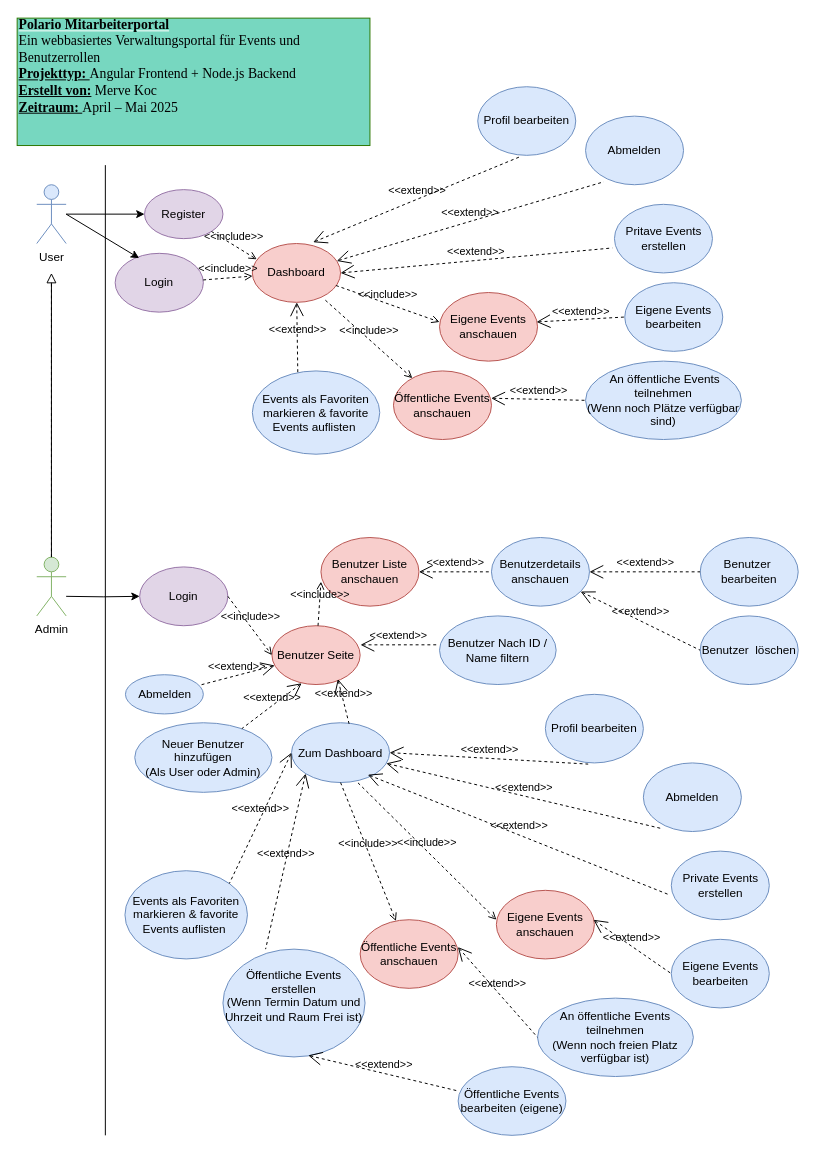
The draw.io diagram Planung/MerveKoc_MitarbeiterPortal.drawio in merve260/Angular_Js_Project, before the edit. Source tidied: cells renumbered, new cells numbered last; positions are measured from the earlier drawing's top-left corner, leaving out a move shared by most shapes. Both pictures are drawn from the tidied source at 98%, with x=0, y=0 at pixel (17, 18).
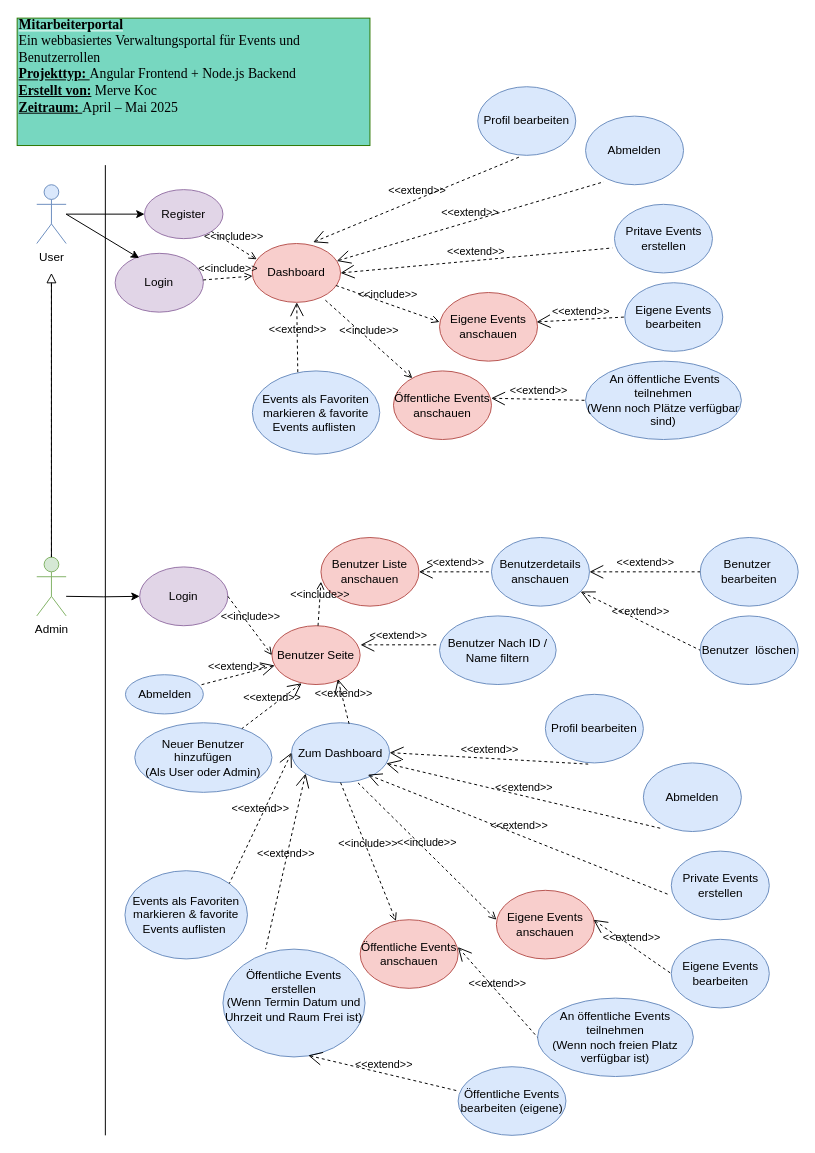
After the change.

Diff of the diagram source:
```diff
@@
-    <mxCell id="65" value="&lt;div&gt;&lt;b&gt;&lt;u&gt;&lt;font face=&quot;Times New Roman&quot; style=&quot;color: rgb(1, 1, 1); font-size: 14px;&quot;&gt;Polario Mitarbeiterportal&lt;/font&gt;&lt;/u&gt;&lt;/b&gt;&lt;/div&gt;&lt;div&gt;&lt;font face=&quot;Times New Roman&quot; style=&quot;color: rgb(1, 1, 1); font-size: 14px;&quot;&gt;Ein webbasiertes Verwaltungsportal für Events und Benutzerrollen&lt;/font&gt;&lt;/div&gt;&lt;div&gt;&lt;font face=&quot;Times New Roman&quot; style=&quot;color: rgb(1, 1, 1); font-size: 14px;&quot;&gt;&lt;b&gt;&lt;u&gt;Projekttyp: &lt;/u&gt;&lt;/b&gt;Angular Frontend + Node.js Backend&amp;nbsp;&amp;nbsp;&lt;/font&gt;&lt;/div&gt;&lt;div&gt;&lt;font face=&quot;Times New Roman&quot; style=&quot;color: rgb(1, 1, 1); font-size: 14px;&quot;&gt;&lt;b&gt;&lt;u&gt;Erstellt von:&lt;/u&gt;&lt;/b&gt; Merve Koc&amp;nbsp;&amp;nbsp;&lt;/font&gt;&lt;/div&gt;&lt;div&gt;&lt;font face=&quot;Times New Roman&quot; style=&quot;color: rgb(1, 1, 1); font-size: 14px;&quot;&gt;&lt;b style=&quot;&quot;&gt;&lt;u&gt;Zeitraum: &lt;/u&gt;&lt;/b&gt;April – Mai 2025&amp;nbsp;&amp;nbsp;&lt;/font&gt;&lt;/div&gt;&lt;div&gt;&lt;font style=&quot;font-size: 14px;&quot; face=&quot;Times New Roman&quot;&gt;&lt;br&gt;&lt;/font&gt;&lt;/div&gt;&lt;div&gt;&lt;br&gt;&lt;/div&gt;" style="rounded=0;whiteSpace=wrap;html=1;align=left;fillColor=light-dark(#77D7C0,#4A890C);fontColor=#ffffff;strokeColor=#2D7600;" parent="1" vertex="1">
+    <mxCell id="65" value="&lt;div&gt;&lt;b&gt;&lt;u&gt;&lt;font face=&quot;Times New Roman&quot; style=&quot;color: rgb(1, 1, 1); font-size: 14px;&quot;&gt;Mitarbeiterportal&lt;/font&gt;&lt;/u&gt;&lt;/b&gt;&lt;/div&gt;&lt;div&gt;&lt;font face=&quot;Times New Roman&quot; style=&quot;color: rgb(1, 1, 1); font-size: 14px;&quot;&gt;Ein webbasiertes Verwaltungsportal für Events und Benutzerrollen&lt;/font&gt;&lt;/div&gt;&lt;div&gt;&lt;font face=&quot;Times New Roman&quot; style=&quot;color: rgb(1, 1, 1); font-size: 14px;&quot;&gt;&lt;b&gt;&lt;u&gt;Projekttyp: &lt;/u&gt;&lt;/b&gt;Angular Frontend + Node.js Backend&amp;nbsp;&amp;nbsp;&lt;/font&gt;&lt;/div&gt;&lt;div&gt;&lt;font face=&quot;Times New Roman&quot; style=&quot;color: rgb(1, 1, 1); font-size: 14px;&quot;&gt;&lt;b&gt;&lt;u&gt;Erstellt von:&lt;/u&gt;&lt;/b&gt; Merve Koc&amp;nbsp;&amp;nbsp;&lt;/font&gt;&lt;/div&gt;&lt;div&gt;&lt;font face=&quot;Times New Roman&quot; style=&quot;color: rgb(1, 1, 1); font-size: 14px;&quot;&gt;&lt;b style=&quot;&quot;&gt;&lt;u&gt;Zeitraum: &lt;/u&gt;&lt;/b&gt;April – Mai 2025&amp;nbsp;&amp;nbsp;&lt;/font&gt;&lt;/div&gt;&lt;div&gt;&lt;font style=&quot;font-size: 14px;&quot; face=&quot;Times New Roman&quot;&gt;&lt;br&gt;&lt;/font&gt;&lt;/div&gt;&lt;div&gt;&lt;br&gt;&lt;/div&gt;" style="rounded=0;whiteSpace=wrap;html=1;align=left;fillColor=light-dark(#77D7C0,#4A890C);fontColor=#ffffff;strokeColor=#2D7600;" parent="1" vertex="1">
       <mxGeometry width="360" height="130" as="geometry" />
     </mxCell>
```
